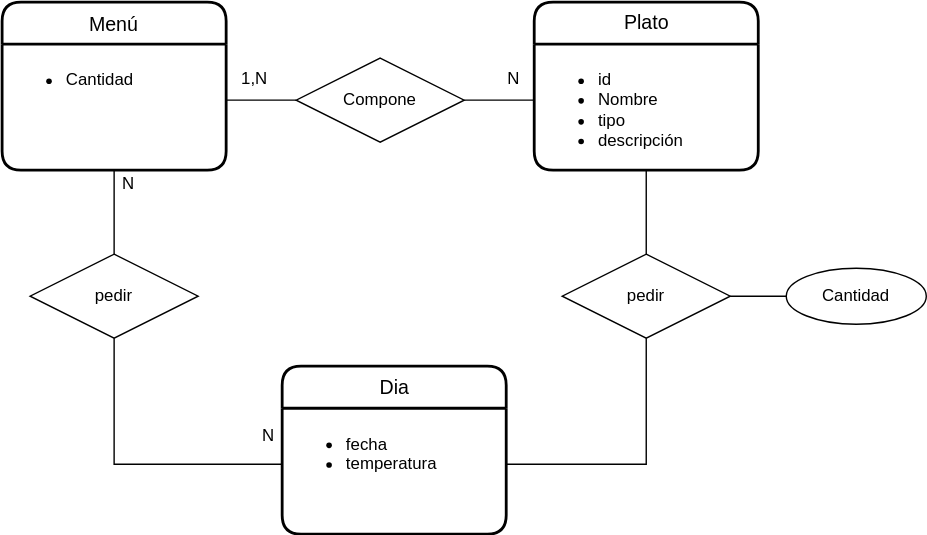
Above: UD12-15.svg in Jimxx22/C3-UD11-UML (draw.io), before the change. Source tidied: cells renumbered, new cells last; positions are measured from the earlier drawing's top-left corner, leaving out a move shared by most shapes.
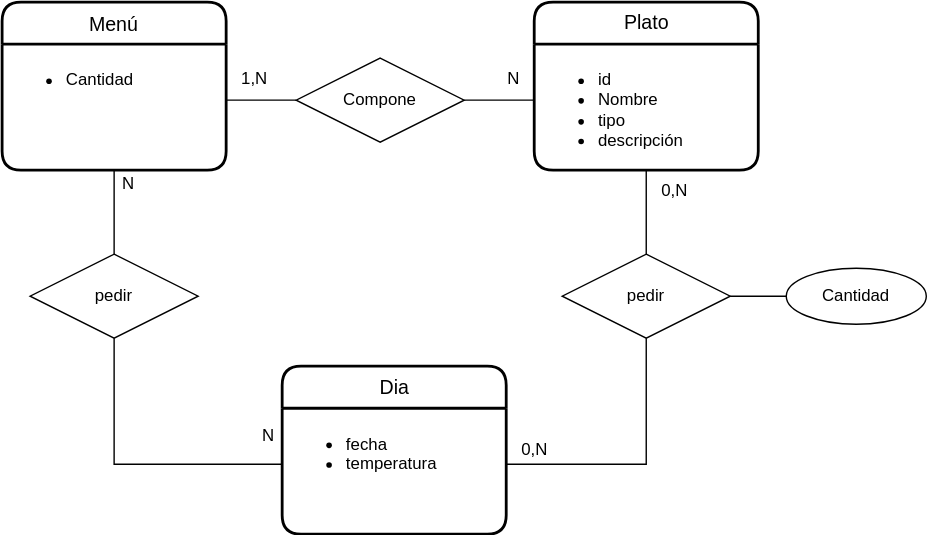
After the commit.

Diff of the diagram source:
```diff
@@ -73,9 +73,15 @@
         <mxPoint x="380" y="70" as="targetPoint" />
       </mxGeometry>
     </mxCell>
+    <mxCell id="23" value="0,N" style="text;html=1;align=center;verticalAlign=middle;strokeColor=none;fillColor=none;" parent="1" vertex="1">
+      <mxGeometry x="460" y="120" width="40" height="30" as="geometry" />
+    </mxCell>
     <mxCell id="21" value="N" style="text;html=1;align=center;verticalAlign=middle;strokeColor=none;fillColor=none;" parent="1" vertex="1">
       <mxGeometry x="75" y="115" width="30" height="30" as="geometry" />
     </mxCell>
+    <mxCell id="24" value="0,N" style="text;html=1;align=center;verticalAlign=middle;strokeColor=none;fillColor=none;" parent="1" vertex="1">
+      <mxGeometry x="360" y="305" width="40" height="30" as="geometry" />
+    </mxCell>
     <mxCell id="22" value="N" style="text;html=1;align=center;verticalAlign=middle;strokeColor=none;fillColor=none;" parent="1" vertex="1">
       <mxGeometry x="175" y="295" width="30" height="30" as="geometry" />
     </mxCell>
```
